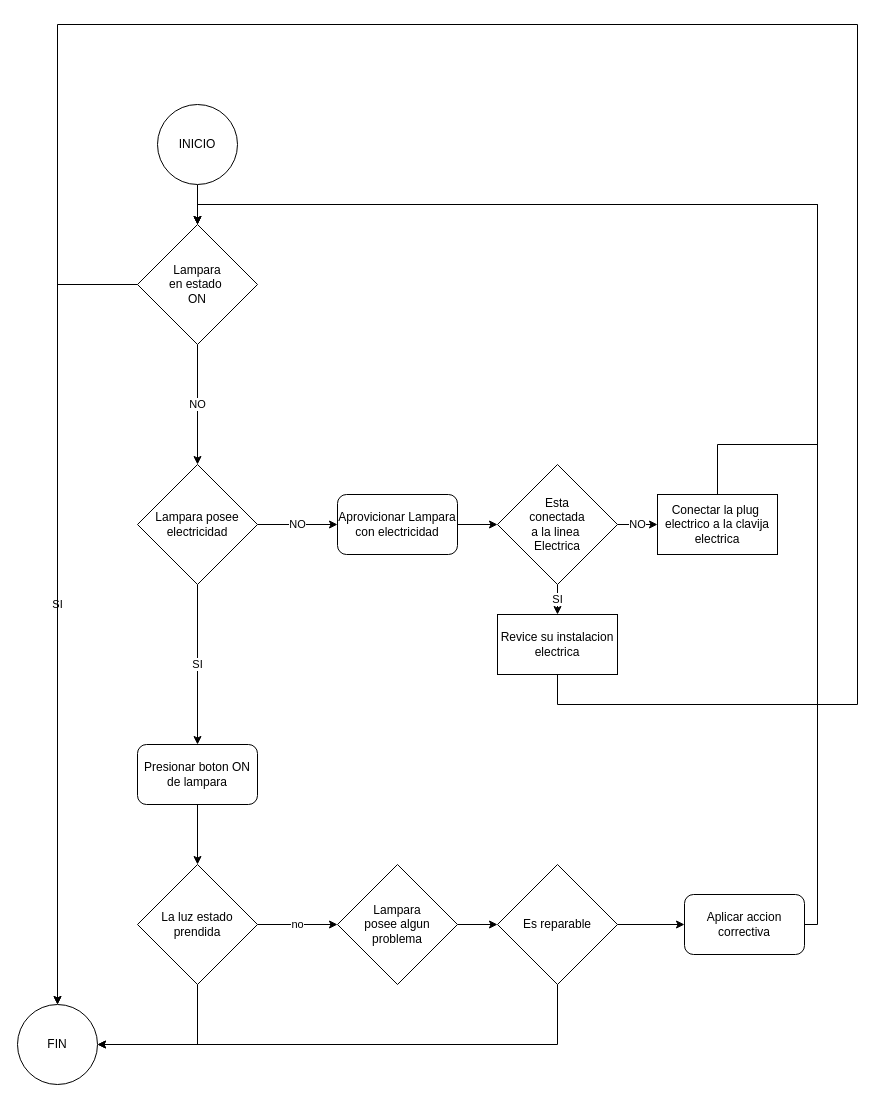
Before: Clase1/Tarea/Flujo Tarea.drawio in ozzvb/course_python_gcs, a draw.io diagram. Source tidied: cells renumbered, new cells numbered last; positions are measured from the earlier drawing's top-left corner, leaving out a move shared by most shapes. Both pictures are drawn from the tidied source at 100%, with x=0, y=0 at pixel (17, 24).
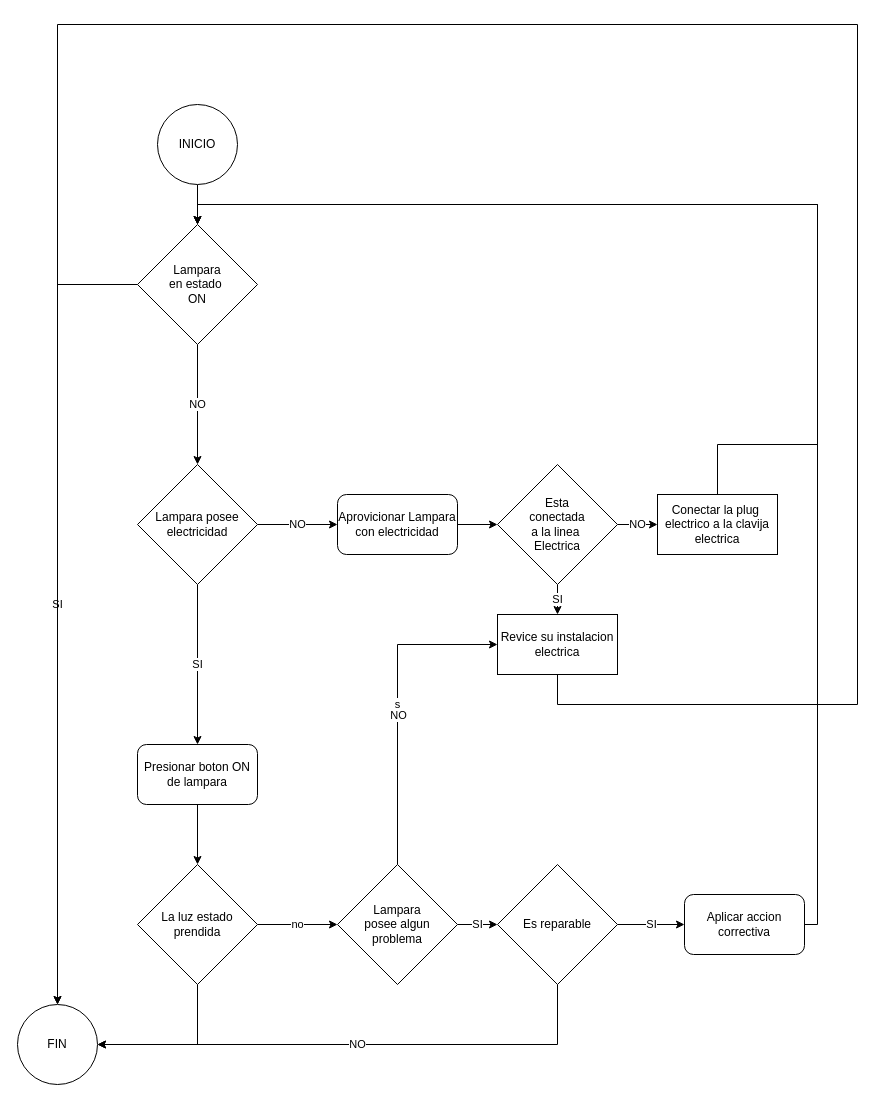
The same page after the edit.

Unchanged cells that the change refers to:
```xml
<mxCell id="10" value="Lampara&lt;br&gt;posee algun problema" style="rhombus;whiteSpace=wrap;html=1;" parent="1" vertex="1">
  <mxGeometry x="320" y="840" width="120" height="120" as="geometry" />
</mxCell>
<mxCell id="15" value="FIN" style="ellipse;whiteSpace=wrap;html=1;" parent="1" vertex="1">
  <mxGeometry y="980" width="80" height="80" as="geometry" />
</mxCell>
<mxCell id="22" value="Revice su instalacion electrica" style="rounded=0;whiteSpace=wrap;html=1;" parent="1" vertex="1">
  <mxGeometry x="480" y="590" width="120" height="60" as="geometry" />
</mxCell>
<mxCell id="28" value="Es reparable" style="rhombus;whiteSpace=wrap;html=1;" parent="1" vertex="1">
  <mxGeometry x="480" y="840" width="120" height="120" as="geometry" />
</mxCell>
<mxCell id="30" value="Aplicar accion correctiva" style="rounded=1;whiteSpace=wrap;html=1;" parent="1" vertex="1">
  <mxGeometry x="667" y="870" width="120" height="60" as="geometry" />
</mxCell>
```

Change to the diagram source:
```diff
@@
-    <mxCell id="9" style="edgeStyle=orthogonalEdgeStyle;rounded=0;jettySize=auto;html=1;" parent="1" edge="1" source="10" target="28">
+    <mxCell id="9" value="SI" style="edgeStyle=orthogonalEdgeStyle;rounded=0;jettySize=auto;html=1;" parent="1" edge="1" source="10" target="28">
       <mxGeometry relative="1" as="geometry" />
     </mxCell>
@@
-    <mxCell id="27" style="edgeStyle=orthogonalEdgeStyle;rounded=0;jettySize=auto;html=1;" parent="1" edge="1" source="28" target="30">
+    <mxCell id="27" value="SI" style="edgeStyle=orthogonalEdgeStyle;rounded=0;jettySize=auto;html=1;" parent="1" edge="1" source="28" target="30">
       <mxGeometry relative="1" as="geometry" />
     </mxCell>
@@
-    <mxCell id="29" style="endArrow=classic;html=1;rounded=0;exitX=0.5;exitY=1;exitDx=0;exitDy=0;entryX=1;entryY=0.5;entryDx=0;entryDy=0;" parent="1" edge="1" source="28" target="15">
+    <mxCell id="29" value="NO" style="endArrow=classic;html=1;rounded=0;exitX=0.5;exitY=1;exitDx=0;exitDy=0;entryX=1;entryY=0.5;entryDx=0;entryDy=0;" parent="1" edge="1" source="28" target="15">
       <mxGeometry relative="1" as="geometry">
         <Array as="points">
           <mxPoint x="540" y="1020" />
         </Array>
       </mxGeometry>
     </mxCell>
@@
+    <mxCell id="32" value="s" style="endArrow=classic;html=1;rounded=0;exitX=0.5;exitY=0;exitDx=0;exitDy=0;entryX=0;entryY=0.5;entryDx=0;entryDy=0;" parent="1" edge="1" source="10" target="22">
+      <mxGeometry relative="1" as="geometry">
+        <Array as="points">
+          <mxPoint x="380" y="620" />
+        </Array>
+      </mxGeometry>
+    </mxCell>
+    <mxCell id="33" value="NO" style="edgeLabel;html=1;align=center;verticalAlign=middle;" parent="32" vertex="1">
+      <mxGeometry x="-0.06" relative="1" as="geometry" />
+    </mxCell>
```
